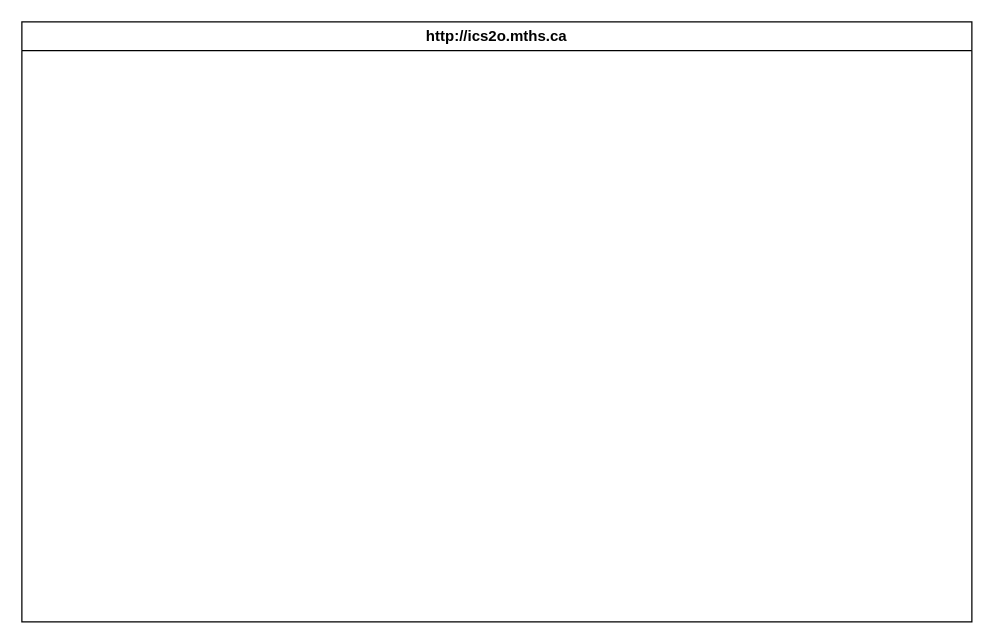
MTHS-ICD2O-1-2023/ICD2O-Unit-3-01-fetuha-gebremekeal keeps this draw.io diagram as design/storyboard.drawio. Above is the earlier version. Source tidied: cells renumbered, new cells numbered last; positions are measured from the earlier drawing's top-left corner, leaving out a move shared by most shapes. Both pictures are drawn from the tidied source at 125%, with x=0, y=0 at pixel (21, 21).
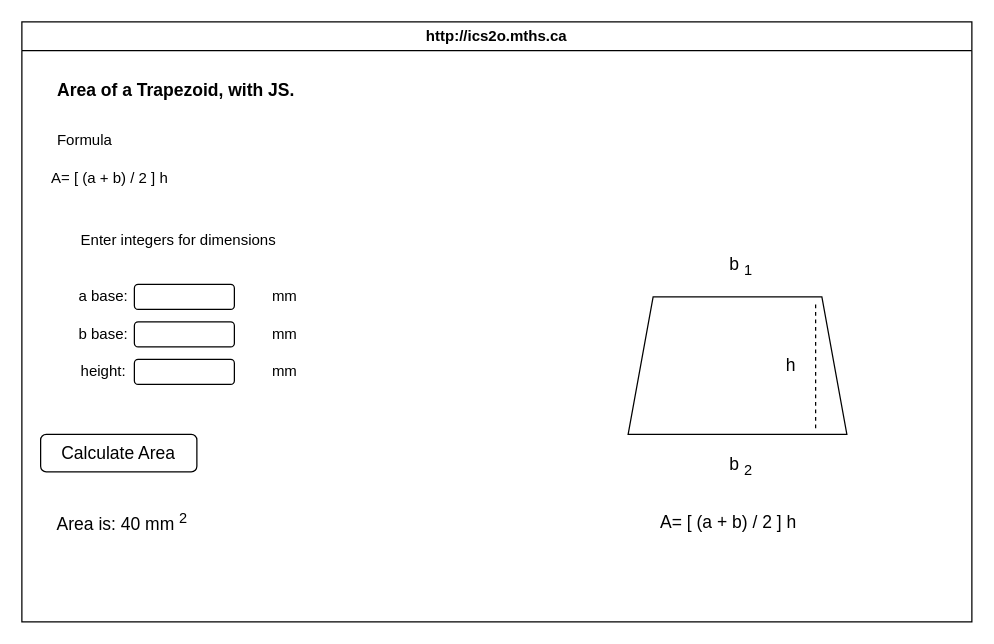
The same page after the edit.

Commit message:
story board

Unchanged cells that the change refers to:
```xml
<mxCell id="2" value="http://ics2o.mths.ca" style="swimlane;whiteSpace=wrap;html=1;" parent="1" vertex="1">
  <mxGeometry width="760" height="480" as="geometry" />
</mxCell>
```

Change to the diagram source:
```diff
@@
+    <mxCell id="3" style="shape=trapezoid;perimeter=trapezoidPerimeter;whiteSpace=wrap;html=1;fixedSize=1;" parent="2" vertex="1">
+      <mxGeometry x="485" y="220" width="175" height="110" as="geometry" />
+    </mxCell>
+    <mxCell id="4" value="&lt;b&gt;&lt;font style=&quot;font-size: 14px;&quot;&gt;Area of a Trapezoid, with JS.&amp;nbsp;&lt;/font&gt;&lt;/b&gt;" style="text;html=1;align=center;verticalAlign=middle;strokeColor=none;fillColor=none;" parent="2" vertex="1">
+      <mxGeometry x="15" y="40" width="220" height="30" as="geometry" />
+    </mxCell>
+    <mxCell id="5" value="Formula" style="text;html=1;align=center;verticalAlign=middle;strokeColor=none;fillColor=none;" parent="2" vertex="1">
+      <mxGeometry x="15" y="80" width="70" height="30" as="geometry" />
+    </mxCell>
+    <mxCell id="6" value="A= [ (a + b) / 2 ] h" style="text;html=1;align=center;verticalAlign=middle;strokeColor=none;fillColor=none;" parent="2" vertex="1">
+      <mxGeometry x="15" y="110" width="110" height="30" as="geometry" />
+    </mxCell>
+    <mxCell id="7" value="Enter integers for dimensions" style="text;html=1;align=center;verticalAlign=middle;strokeColor=none;fillColor=none;" parent="2" vertex="1">
+      <mxGeometry x="35" y="160" width="180" height="30" as="geometry" />
+    </mxCell>
+    <mxCell id="8" style="rounded=1;whiteSpace=wrap;html=1;" parent="2" vertex="1">
+      <mxGeometry x="90" y="210" width="80" height="20" as="geometry" />
+    </mxCell>
+    <mxCell id="9" style="rounded=1;whiteSpace=wrap;html=1;" parent="2" vertex="1">
+      <mxGeometry x="90" y="240" width="80" height="20" as="geometry" />
+    </mxCell>
+    <mxCell id="10" style="rounded=1;whiteSpace=wrap;html=1;" parent="2" vertex="1">
+      <mxGeometry x="90" y="270" width="80" height="20" as="geometry" />
+    </mxCell>
+    <mxCell id="11" value="mm" style="text;html=1;align=center;verticalAlign=middle;strokeColor=none;fillColor=none;" parent="2" vertex="1">
+      <mxGeometry x="190" y="265" width="40" height="30" as="geometry" />
+    </mxCell>
+    <mxCell id="12" value="mm" style="text;html=1;align=center;verticalAlign=middle;strokeColor=none;fillColor=none;" parent="2" vertex="1">
+      <mxGeometry x="190" y="205" width="40" height="30" as="geometry" />
+    </mxCell>
+    <mxCell id="13" value="mm" style="text;html=1;align=center;verticalAlign=middle;strokeColor=none;fillColor=none;" parent="2" vertex="1">
+      <mxGeometry x="190" y="235" width="40" height="30" as="geometry" />
+    </mxCell>
+    <mxCell id="14" value="Calculate Area" style="rounded=1;whiteSpace=wrap;html=1;fontSize=14;" parent="2" vertex="1">
+      <mxGeometry x="15" y="330" width="125" height="30" as="geometry" />
+    </mxCell>
+    <mxCell id="15" value="Area is: 40 mm &lt;sup&gt;2&lt;/sup&gt;" style="text;html=1;align=center;verticalAlign=middle;strokeColor=none;fillColor=none;fontSize=14;" parent="2" vertex="1">
+      <mxGeometry x="15" y="385" width="130" height="30" as="geometry" />
+    </mxCell>
+    <mxCell id="16" style="endArrow=none;dashed=1;html=1;fontSize=14;" parent="2" edge="1">
+      <mxGeometry relative="1" as="geometry">
+        <mxPoint x="635" y="325" as="sourcePoint" />
+        <mxPoint x="635" y="225" as="targetPoint" />
+      </mxGeometry>
+    </mxCell>
+    <mxCell id="17" value="h" style="text;html=1;align=center;verticalAlign=middle;strokeColor=none;fillColor=none;fontSize=14;" parent="2" vertex="1">
+      <mxGeometry x="600" y="260" width="30" height="30" as="geometry" />
+    </mxCell>
+    <mxCell id="18" value="b &lt;sub&gt;1&lt;/sub&gt;" style="text;html=1;align=center;verticalAlign=middle;strokeColor=none;fillColor=none;fontSize=14;" parent="2" vertex="1">
+      <mxGeometry x="555" y="180" width="40" height="30" as="geometry" />
+    </mxCell>
+    <mxCell id="19" value="b &lt;sub&gt;2&lt;/sub&gt;" style="text;html=1;align=center;verticalAlign=middle;strokeColor=none;fillColor=none;fontSize=14;" parent="2" vertex="1">
+      <mxGeometry x="555" y="340" width="40" height="30" as="geometry" />
+    </mxCell>
+    <mxCell id="20" value="A= [ (a + b) / 2 ] h" style="text;html=1;align=center;verticalAlign=middle;strokeColor=none;fillColor=none;fontSize=14;" parent="2" vertex="1">
+      <mxGeometry x="500" y="385" width="130" height="30" as="geometry" />
+    </mxCell>
+    <mxCell id="21" value="a base:" style="text;html=1;align=center;verticalAlign=middle;strokeColor=none;fillColor=none;" parent="1" vertex="1">
+      <mxGeometry x="35" y="205" width="60" height="30" as="geometry" />
+    </mxCell>
+    <mxCell id="22" value="b base:" style="text;html=1;align=center;verticalAlign=middle;strokeColor=none;fillColor=none;" parent="1" vertex="1">
+      <mxGeometry x="35" y="235" width="60" height="30" as="geometry" />
+    </mxCell>
+    <mxCell id="23" value="height:" style="text;html=1;align=center;verticalAlign=middle;strokeColor=none;fillColor=none;" parent="1" vertex="1">
+      <mxGeometry x="35" y="265" width="60" height="30" as="geometry" />
+    </mxCell>
```
